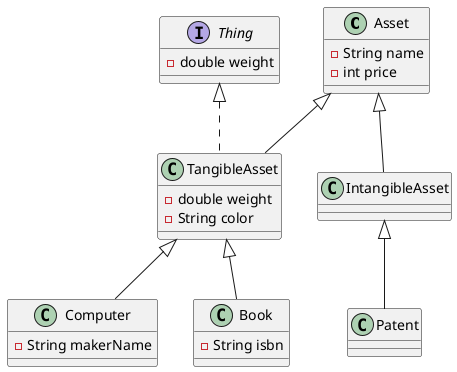
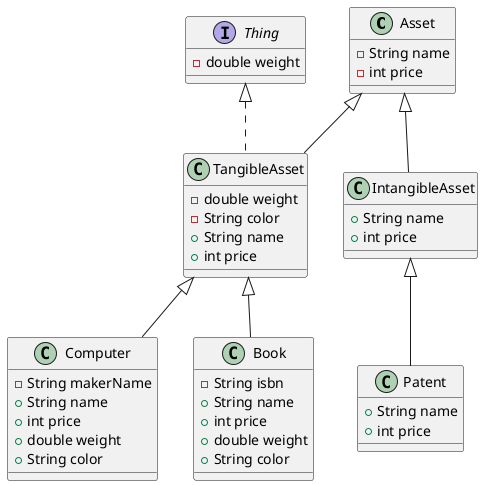
@startuml

class Asset {
-String name
-int price
}

class TangibleAsset extends Asset implements Thing{
-double weight
-String color
+ +String name
+ +int price
}
class IntangibleAsset extends Asset {
+ +String name
+ +int price

}
class Computer extends TangibleAsset {
-String makerName
+ +String name
+ +int price
+ +double weight
+ +String color
}

class Book extends TangibleAsset {
-String isbn
+ +String name
+ +int price
+ +double weight
+ +String color
}

class Patent extends IntangibleAsset {
+ +String name
+ +int price

}
interface Thing {
 -double weight
}


@enduml